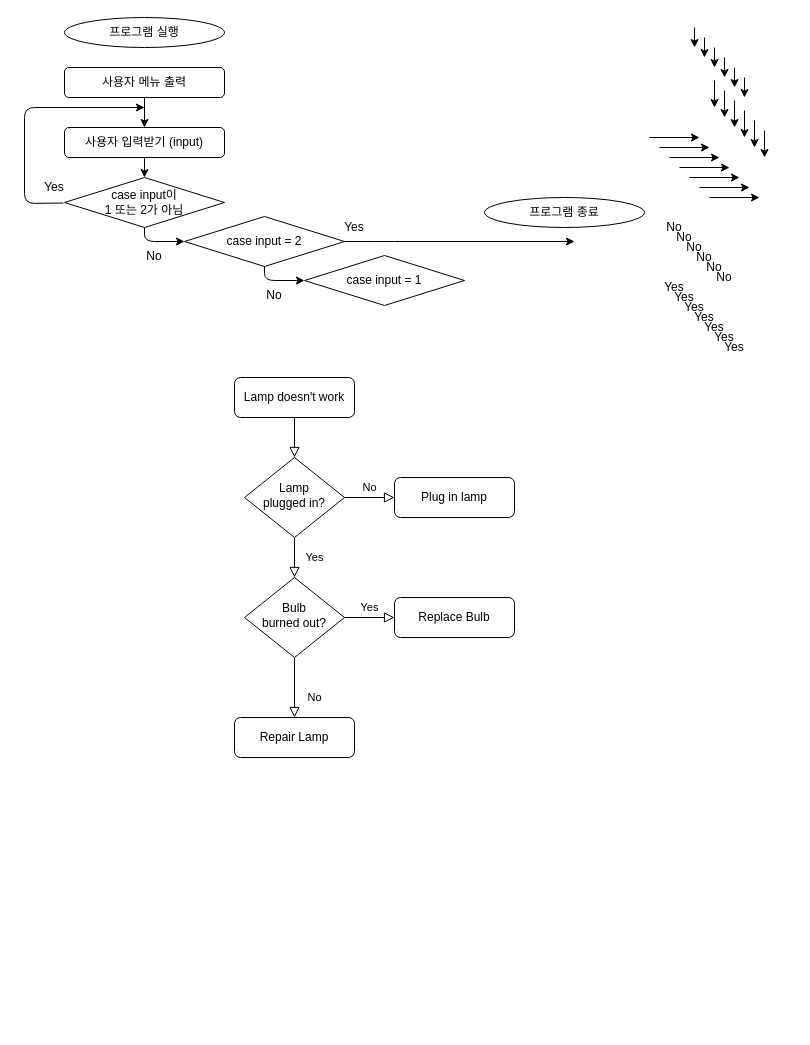
Before: BaseballGameDiagram.drawio in just1103/Swift_Syntax, a draw.io diagram. Source tidied: cells renumbered, new cells numbered last; positions are measured from the earlier drawing's top-left corner, leaving out a move shared by most shapes. Both pictures are drawn from the tidied source at 100%, with x=0, y=0 at pixel (24, 17).
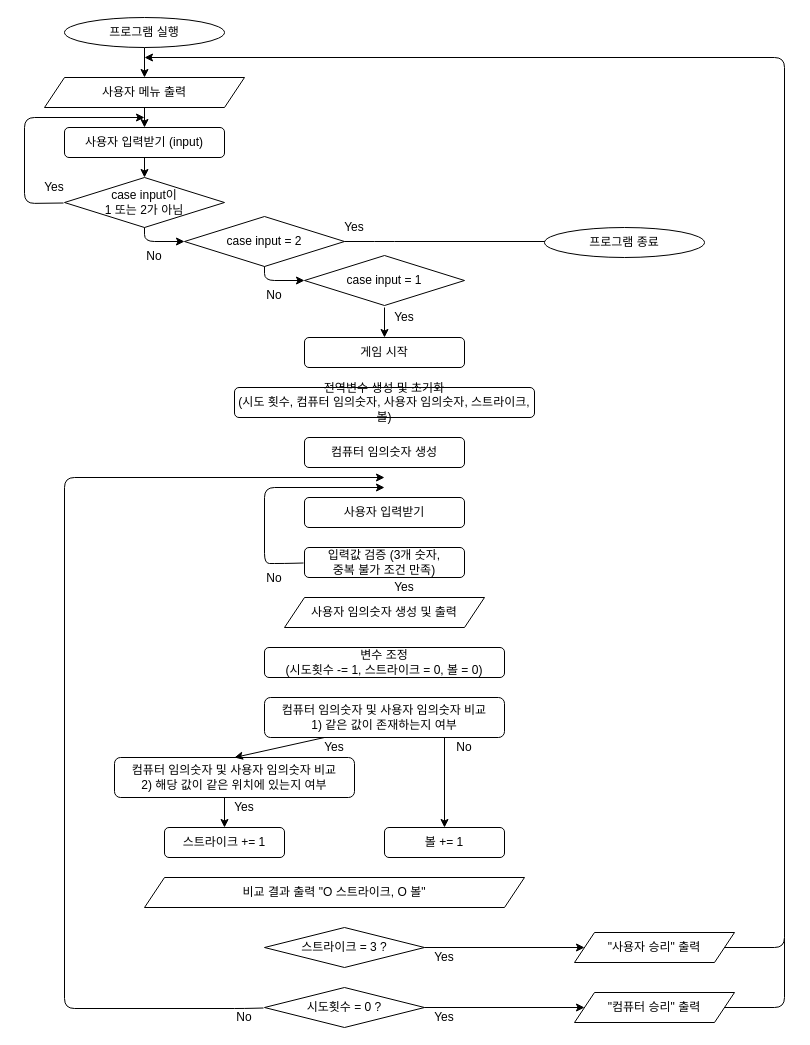
The same diagram, later.

Unchanged cells that the change refers to:
```xml
<mxCell id="13" value="프로그램 실행" style="ellipse;whiteSpace=wrap;html=1;" parent="1" vertex="1">
  <mxGeometry x="40" width="160" height="30" as="geometry" />
</mxCell>
<mxCell id="16" value="사용자 입력받기 (input)" style="rounded=1;whiteSpace=wrap;html=1;" parent="1" vertex="1">
  <mxGeometry x="40" y="110" width="160" height="30" as="geometry" />
</mxCell>
```

Change to the diagram source:
```diff
@@
-    <mxCell id="2" style="rounded=0;html=1;jettySize=auto;fontSize=11;endArrow=block;endFill=0;endSize=8;strokeWidth=1;shadow=0;labelBackgroundColor=none;edgeStyle=orthogonalEdgeStyle;" parent="1" edge="1" source="3" target="6">
-      <mxGeometry relative="1" as="geometry" />
-    </mxCell>
-    <mxCell id="3" value="Lamp doesn't work" style="rounded=1;whiteSpace=wrap;html=1;fontSize=12;glass=0;strokeWidth=1;shadow=0;" parent="1" vertex="1">
-      <mxGeometry x="210" y="360" width="120" height="40" as="geometry" />
-    </mxCell>
-    <mxCell id="4" value="Yes" style="rounded=0;html=1;jettySize=auto;fontSize=11;endArrow=block;endFill=0;endSize=8;strokeWidth=1;shadow=0;labelBackgroundColor=none;edgeStyle=orthogonalEdgeStyle;" parent="1" edge="1" source="6" target="10">
-      <mxGeometry y="20" relative="1" as="geometry" />
-    </mxCell>
-    <mxCell id="5" value="No" style="edgeStyle=orthogonalEdgeStyle;rounded=0;html=1;jettySize=auto;fontSize=11;endArrow=block;endFill=0;endSize=8;strokeWidth=1;shadow=0;labelBackgroundColor=none;" parent="1" edge="1" source="6" target="7">
-      <mxGeometry y="10" relative="1" as="geometry" />
-    </mxCell>
-    <mxCell id="6" value="Lamp&lt;br&gt;plugged in?" style="rhombus;whiteSpace=wrap;html=1;shadow=0;fontFamily=Helvetica;fontSize=12;align=center;strokeWidth=1;spacing=6;spacingTop=-4;" parent="1" vertex="1">
-      <mxGeometry x="220" y="440" width="100" height="80" as="geometry" />
-    </mxCell>
-    <mxCell id="7" value="Plug in lamp" style="rounded=1;whiteSpace=wrap;html=1;fontSize=12;glass=0;strokeWidth=1;shadow=0;" parent="1" vertex="1">
-      <mxGeometry x="370" y="460" width="120" height="40" as="geometry" />
-    </mxCell>
-    <mxCell id="8" value="No" style="rounded=0;html=1;jettySize=auto;fontSize=11;endArrow=block;endFill=0;endSize=8;strokeWidth=1;shadow=0;labelBackgroundColor=none;edgeStyle=orthogonalEdgeStyle;" parent="1" edge="1" source="10" target="11">
-      <mxGeometry x="0.33" y="20" relative="1" as="geometry" />
-    </mxCell>
-    <mxCell id="9" value="Yes" style="edgeStyle=orthogonalEdgeStyle;rounded=0;html=1;jettySize=auto;fontSize=11;endArrow=block;endFill=0;endSize=8;strokeWidth=1;shadow=0;labelBackgroundColor=none;" parent="1" edge="1" source="10" target="12">
-      <mxGeometry y="10" relative="1" as="geometry" />
-    </mxCell>
-    <mxCell id="10" value="Bulb&lt;br&gt;burned out?" style="rhombus;whiteSpace=wrap;html=1;shadow=0;fontFamily=Helvetica;fontSize=12;align=center;strokeWidth=1;spacing=6;spacingTop=-4;" parent="1" vertex="1">
-      <mxGeometry x="220" y="560" width="100" height="80" as="geometry" />
-    </mxCell>
-    <mxCell id="11" value="Repair Lamp" style="rounded=1;whiteSpace=wrap;html=1;fontSize=12;glass=0;strokeWidth=1;shadow=0;" parent="1" vertex="1">
-      <mxGeometry x="210" y="700" width="120" height="40" as="geometry" />
-    </mxCell>
-    <mxCell id="12" value="Replace Bulb" style="rounded=1;whiteSpace=wrap;html=1;fontSize=12;glass=0;strokeWidth=1;shadow=0;" parent="1" vertex="1">
-      <mxGeometry x="370" y="580" width="120" height="40" as="geometry" />
-    </mxCell>
+    <mxCell id="62" style="edgeStyle=orthogonalEdgeStyle;rounded=0;jettySize=auto;html=1;" parent="1" edge="1" source="13" target="15">
+      <mxGeometry relative="1" as="geometry" />
+    </mxCell>
@@
-    <mxCell id="14" style="edgeStyle=orthogonalEdgeStyle;rounded=0;jettySize=auto;html=1;entryX=0.5;entryY=0;entryDx=0;entryDy=0;" parent="1" edge="1" source="15" target="16">
-      <mxGeometry relative="1" as="geometry" />
+    <mxCell id="14" style="edgeStyle=orthogonalEdgeStyle;rounded=0;jettySize=auto;html=1;entryX=0.5;entryY=0;entryDx=0;entryDy=0;" parent="1" edge="1" target="16">
+      <mxGeometry relative="1" as="geometry">
+        <mxPoint x="120" y="90" as="sourcePoint" />
+      </mxGeometry>
     </mxCell>
-    <mxCell id="15" value="사용자 메뉴 출력" style="rounded=1;whiteSpace=wrap;html=1;" parent="1" vertex="1">
-      <mxGeometry x="40" y="50" width="160" height="30" as="geometry" />
-    </mxCell>
@@
     <mxCell id="18" style="endArrow=classic;html=1;" parent="1" edge="1">
       <mxGeometry relative="1" as="geometry">
         <mxPoint x="39" y="185.5" as="sourcePoint" />
-        <mxPoint x="120" y="90" as="targetPoint" />
+        <mxPoint x="120" y="100" as="targetPoint" />
         <Array as="points">
           <mxPoint y="186" />
-          <mxPoint y="90" />
+          <mxPoint y="100" />
         </Array>
       </mxGeometry>
     </mxCell>
-    <mxCell id="19" style="endArrow=classic;html=1;" parent="1" edge="1">
-      <mxGeometry relative="1" as="geometry">
-        <mxPoint x="670" y="10" as="sourcePoint" />
-        <mxPoint x="670" y="30" as="targetPoint" />
-      </mxGeometry>
-    </mxCell>
-    <mxCell id="20" style="endArrow=classic;html=1;" parent="1" edge="1">
-      <mxGeometry relative="1" as="geometry">
-        <mxPoint x="680" y="20" as="sourcePoint" />
-        <mxPoint x="680" y="40" as="targetPoint" />
-      </mxGeometry>
-    </mxCell>
-    <mxCell id="21" style="endArrow=classic;html=1;" parent="1" edge="1">
-      <mxGeometry relative="1" as="geometry">
-        <mxPoint x="690" y="30" as="sourcePoint" />
-        <mxPoint x="690" y="50" as="targetPoint" />
-      </mxGeometry>
-    </mxCell>
-    <mxCell id="22" style="endArrow=classic;html=1;" parent="1" edge="1">
-      <mxGeometry relative="1" as="geometry">
-        <mxPoint x="700" y="40" as="sourcePoint" />
-        <mxPoint x="700" y="60" as="targetPoint" />
-      </mxGeometry>
-    </mxCell>
-    <mxCell id="23" style="endArrow=classic;html=1;" parent="1" edge="1">
-      <mxGeometry relative="1" as="geometry">
-        <mxPoint x="710" y="50" as="sourcePoint" />
-        <mxPoint x="710" y="70" as="targetPoint" />
-      </mxGeometry>
-    </mxCell>
-    <mxCell id="24" style="endArrow=classic;html=1;" parent="1" edge="1">
-      <mxGeometry relative="1" as="geometry">
-        <mxPoint x="720" y="60" as="sourcePoint" />
-        <mxPoint x="720" y="80" as="targetPoint" />
-        <Array as="points">
-          <mxPoint x="720" y="80" />
-        </Array>
-      </mxGeometry>
-    </mxCell>
@@
-    <mxCell id="26" style="endArrow=classic;html=1;" parent="1" edge="1">
+    <mxCell id="26" style="endArrow=classic;html=1;exitX=0;exitY=0;exitDx=0;exitDy=0;" parent="1" edge="1" source="63">
       <mxGeometry relative="1" as="geometry">
-        <mxPoint x="690" y="63" as="sourcePoint" />
-        <mxPoint x="690" y="90" as="targetPoint" />
+        <mxPoint x="360" y="320" as="targetPoint" />
       </mxGeometry>
     </mxCell>
-    <mxCell id="27" style="endArrow=classic;html=1;" parent="1" edge="1">
-      <mxGeometry relative="1" as="geometry">
-        <mxPoint x="700" y="73" as="sourcePoint" />
-        <mxPoint x="700" y="100" as="targetPoint" />
-      </mxGeometry>
-    </mxCell>
-    <mxCell id="28" style="endArrow=classic;html=1;" parent="1" edge="1">
-      <mxGeometry relative="1" as="geometry">
-        <mxPoint x="710" y="83" as="sourcePoint" />
-        <mxPoint x="710" y="110" as="targetPoint" />
-      </mxGeometry>
-    </mxCell>
-    <mxCell id="29" style="endArrow=classic;html=1;" parent="1" edge="1">
-      <mxGeometry relative="1" as="geometry">
-        <mxPoint x="720" y="93" as="sourcePoint" />
-        <mxPoint x="720" y="120" as="targetPoint" />
-      </mxGeometry>
-    </mxCell>
-    <mxCell id="30" style="endArrow=classic;html=1;" parent="1" edge="1">
-      <mxGeometry relative="1" as="geometry">
-        <mxPoint x="730" y="103" as="sourcePoint" />
-        <mxPoint x="730" y="130" as="targetPoint" />
-      </mxGeometry>
-    </mxCell>
-    <mxCell id="31" style="endArrow=classic;html=1;" parent="1" edge="1">
-      <mxGeometry relative="1" as="geometry">
-        <mxPoint x="740" y="113" as="sourcePoint" />
-        <mxPoint x="740" y="140" as="targetPoint" />
-      </mxGeometry>
-    </mxCell>
-    <mxCell id="32" style="endArrow=classic;html=1;" parent="1" edge="1">
-      <mxGeometry relative="1" as="geometry">
-        <mxPoint x="625" y="120" as="sourcePoint" />
-        <mxPoint x="675" y="120" as="targetPoint" />
-      </mxGeometry>
-    </mxCell>
-    <mxCell id="33" style="endArrow=classic;html=1;" parent="1" edge="1">
-      <mxGeometry relative="1" as="geometry">
-        <mxPoint x="635" y="130" as="sourcePoint" />
-        <mxPoint x="685" y="130" as="targetPoint" />
-      </mxGeometry>
-    </mxCell>
-    <mxCell id="34" style="endArrow=classic;html=1;" parent="1" edge="1">
-      <mxGeometry relative="1" as="geometry">
-        <mxPoint x="645" y="140" as="sourcePoint" />
-        <mxPoint x="695" y="140" as="targetPoint" />
-      </mxGeometry>
-    </mxCell>
-    <mxCell id="35" style="endArrow=classic;html=1;" parent="1" edge="1">
-      <mxGeometry relative="1" as="geometry">
-        <mxPoint x="655" y="150" as="sourcePoint" />
-        <mxPoint x="705" y="150" as="targetPoint" />
-      </mxGeometry>
-    </mxCell>
-    <mxCell id="36" style="endArrow=classic;html=1;" parent="1" edge="1">
-      <mxGeometry relative="1" as="geometry">
-        <mxPoint x="665" y="160" as="sourcePoint" />
-        <mxPoint x="715" y="160" as="targetPoint" />
-      </mxGeometry>
-    </mxCell>
-    <mxCell id="37" style="endArrow=classic;html=1;" parent="1" edge="1">
-      <mxGeometry relative="1" as="geometry">
-        <mxPoint x="675" y="170" as="sourcePoint" />
-        <mxPoint x="725" y="170" as="targetPoint" />
-      </mxGeometry>
-    </mxCell>
-    <mxCell id="38" style="endArrow=classic;html=1;" parent="1" edge="1">
-      <mxGeometry relative="1" as="geometry">
-        <mxPoint x="685" y="180" as="sourcePoint" />
-        <mxPoint x="735" y="180" as="targetPoint" />
-      </mxGeometry>
-    </mxCell>
@@
-    <mxCell id="40" value="No" style="text;html=1;strokeColor=none;fillColor=none;align=center;verticalAlign=middle;whiteSpace=wrap;rounded=0;" parent="1" vertex="1">
-      <mxGeometry x="630" y="200" width="40" height="20" as="geometry" />
-    </mxCell>
-    <mxCell id="41" value="No" style="text;html=1;strokeColor=none;fillColor=none;align=center;verticalAlign=middle;whiteSpace=wrap;rounded=0;" parent="1" vertex="1">
-      <mxGeometry x="640" y="210" width="40" height="20" as="geometry" />
-    </mxCell>
-    <mxCell id="42" value="No" style="text;html=1;strokeColor=none;fillColor=none;align=center;verticalAlign=middle;whiteSpace=wrap;rounded=0;" parent="1" vertex="1">
-      <mxGeometry x="650" y="220" width="40" height="20" as="geometry" />
-    </mxCell>
-    <mxCell id="43" value="No" style="text;html=1;strokeColor=none;fillColor=none;align=center;verticalAlign=middle;whiteSpace=wrap;rounded=0;" parent="1" vertex="1">
-      <mxGeometry x="660" y="230" width="40" height="20" as="geometry" />
-    </mxCell>
-    <mxCell id="44" value="No" style="text;html=1;strokeColor=none;fillColor=none;align=center;verticalAlign=middle;whiteSpace=wrap;rounded=0;" parent="1" vertex="1">
-      <mxGeometry x="670" y="240" width="40" height="20" as="geometry" />
-    </mxCell>
-    <mxCell id="45" value="No" style="text;html=1;strokeColor=none;fillColor=none;align=center;verticalAlign=middle;whiteSpace=wrap;rounded=0;" parent="1" vertex="1">
-      <mxGeometry x="680" y="250" width="40" height="20" as="geometry" />
-    </mxCell>
@@
-    <mxCell id="48" value="Yes" style="text;html=1;strokeColor=none;fillColor=none;align=center;verticalAlign=middle;whiteSpace=wrap;rounded=0;" parent="1" vertex="1">
-      <mxGeometry x="630" y="260" width="40" height="20" as="geometry" />
-    </mxCell>
-    <mxCell id="49" value="Yes" style="text;html=1;strokeColor=none;fillColor=none;align=center;verticalAlign=middle;whiteSpace=wrap;rounded=0;" parent="1" vertex="1">
-      <mxGeometry x="640" y="270" width="40" height="20" as="geometry" />
-    </mxCell>
-    <mxCell id="50" value="Yes" style="text;html=1;strokeColor=none;fillColor=none;align=center;verticalAlign=middle;whiteSpace=wrap;rounded=0;" parent="1" vertex="1">
-      <mxGeometry x="650" y="280" width="40" height="20" as="geometry" />
-    </mxCell>
-    <mxCell id="51" value="Yes" style="text;html=1;strokeColor=none;fillColor=none;align=center;verticalAlign=middle;whiteSpace=wrap;rounded=0;" parent="1" vertex="1">
-      <mxGeometry x="660" y="290" width="40" height="20" as="geometry" />
-    </mxCell>
-    <mxCell id="52" value="Yes" style="text;html=1;strokeColor=none;fillColor=none;align=center;verticalAlign=middle;whiteSpace=wrap;rounded=0;" parent="1" vertex="1">
-      <mxGeometry x="670" y="300" width="40" height="20" as="geometry" />
-    </mxCell>
-    <mxCell id="53" value="Yes" style="text;html=1;strokeColor=none;fillColor=none;align=center;verticalAlign=middle;whiteSpace=wrap;rounded=0;" parent="1" vertex="1">
-      <mxGeometry x="680" y="310" width="40" height="20" as="geometry" />
-    </mxCell>
     <mxCell id="54" value="Yes" style="text;html=1;strokeColor=none;fillColor=none;align=center;verticalAlign=middle;whiteSpace=wrap;rounded=0;" parent="1" vertex="1">
-      <mxGeometry x="690" y="320" width="40" height="20" as="geometry" />
+      <mxGeometry x="290" y="720" width="40" height="20" as="geometry" />
     </mxCell>
@@
     <mxCell id="61" value="프로그램 종료" style="ellipse;whiteSpace=wrap;html=1;" parent="1" vertex="1">
-      <mxGeometry x="460" y="180" width="160" height="30" as="geometry" />
+      <mxGeometry x="520" y="210" width="160" height="30" as="geometry" />
     </mxCell>
+    <mxCell id="63" value="Yes" style="text;html=1;strokeColor=none;fillColor=none;align=center;verticalAlign=middle;whiteSpace=wrap;rounded=0;" parent="1" vertex="1">
+      <mxGeometry x="360" y="290" width="40" height="20" as="geometry" />
+    </mxCell>
+    <mxCell id="64" value="게임 시작" style="rounded=1;whiteSpace=wrap;html=1;" parent="1" vertex="1">
+      <mxGeometry x="280" y="320" width="160" height="30" as="geometry" />
+    </mxCell>
+    <mxCell id="65" value="사용자 입력받기" style="rounded=1;whiteSpace=wrap;html=1;" parent="1" vertex="1">
+      <mxGeometry x="280" y="480" width="160" height="30" as="geometry" />
+    </mxCell>
+    <mxCell id="66" value="입력값 검증 (3개 숫자, &lt;br&gt;중복 불가 조건 만족)" style="rounded=1;whiteSpace=wrap;html=1;" parent="1" vertex="1">
+      <mxGeometry x="280" y="530" width="160" height="30" as="geometry" />
+    </mxCell>
+    <mxCell id="67" value="Yes" style="text;html=1;strokeColor=none;fillColor=none;align=center;verticalAlign=middle;whiteSpace=wrap;rounded=0;" parent="1" vertex="1">
+      <mxGeometry x="360" y="560" width="40" height="20" as="geometry" />
+    </mxCell>
+    <mxCell id="68" style="endArrow=classic;html=1;" parent="1" edge="1">
+      <mxGeometry relative="1" as="geometry">
+        <mxPoint x="279" y="545.5" as="sourcePoint" />
+        <mxPoint x="360" y="470" as="targetPoint" />
+        <Array as="points">
+          <mxPoint x="260" y="546" />
+          <mxPoint x="240" y="546" />
+          <mxPoint x="240" y="470" />
+        </Array>
+      </mxGeometry>
+    </mxCell>
+    <mxCell id="69" value="No" style="text;html=1;strokeColor=none;fillColor=none;align=center;verticalAlign=middle;whiteSpace=wrap;rounded=0;" parent="1" vertex="1">
+      <mxGeometry x="230" y="550" width="40" height="21" as="geometry" />
+    </mxCell>
+    <mxCell id="70" value="전역변수 생성 및 초기화&lt;br&gt;(시도 횟수, 컴퓨터 임의숫자, 사용자 임의숫자, 스트라이크, 볼)" style="rounded=1;whiteSpace=wrap;html=1;" parent="1" vertex="1">
+      <mxGeometry x="210" y="370" width="300" height="30" as="geometry" />
+    </mxCell>
+    <mxCell id="71" value="컴퓨터 임의숫자 생성" style="rounded=1;whiteSpace=wrap;html=1;" parent="1" vertex="1">
+      <mxGeometry x="280" y="420" width="160" height="30" as="geometry" />
+    </mxCell>
+    <mxCell id="72" value="변수 조정&lt;br&gt;(시도횟수 -= 1, 스트라이크 = 0, 볼 = 0)" style="rounded=1;whiteSpace=wrap;html=1;" parent="1" vertex="1">
+      <mxGeometry x="240" y="630" width="240" height="30" as="geometry" />
+    </mxCell>
+    <mxCell id="73" value="컴퓨터 임의숫자 및 사용자 임의숫자 비교&lt;br&gt;1) 같은 값이 존재하는지 여부" style="rounded=1;whiteSpace=wrap;html=1;" parent="1" vertex="1">
+      <mxGeometry x="240" y="680" width="240" height="40" as="geometry" />
+    </mxCell>
+    <mxCell id="74" value="컴퓨터 임의숫자 및 사용자 임의숫자 비교&lt;br&gt;2) 해당 값이 같은 위치에 있는지 여부" style="rounded=1;whiteSpace=wrap;html=1;" parent="1" vertex="1">
+      <mxGeometry x="90" y="740" width="240" height="40" as="geometry" />
+    </mxCell>
+    <mxCell id="75" value="Yes" style="text;html=1;strokeColor=none;fillColor=none;align=center;verticalAlign=middle;whiteSpace=wrap;rounded=0;" parent="1" vertex="1">
+      <mxGeometry x="200" y="780" width="40" height="20" as="geometry" />
+    </mxCell>
+    <mxCell id="76" value="&lt;span&gt;사용자 임의숫자 생성 및 출력&lt;/span&gt;" style="shape=parallelogram;perimeter=parallelogramPerimeter;whiteSpace=wrap;html=1;fixedSize=1;" parent="1" vertex="1">
+      <mxGeometry x="260" y="580" width="200" height="30" as="geometry" />
+    </mxCell>
+    <mxCell id="15" value="사용자 메뉴 출력" style="shape=parallelogram;perimeter=parallelogramPerimeter;whiteSpace=wrap;html=1;fixedSize=1;" parent="1" vertex="1">
+      <mxGeometry x="20" y="60" width="200" height="30" as="geometry" />
+    </mxCell>
+    <mxCell id="77" style="endArrow=classic;html=1;entryX=0.5;entryY=0;entryDx=0;entryDy=0;" parent="1" edge="1" target="74">
+      <mxGeometry relative="1" as="geometry">
+        <mxPoint x="300" y="720" as="sourcePoint" />
+      </mxGeometry>
+    </mxCell>
+    <mxCell id="78" style="endArrow=classic;html=1;exitX=0.75;exitY=1;exitDx=0;exitDy=0;" parent="1" edge="1" source="73" target="81">
+      <mxGeometry relative="1" as="geometry" />
+    </mxCell>
+    <mxCell id="79" style="endArrow=classic;html=1;exitX=0.75;exitY=1;exitDx=0;exitDy=0;" parent="1" edge="1">
+      <mxGeometry relative="1" as="geometry">
+        <mxPoint x="200" y="780" as="sourcePoint" />
+        <mxPoint x="200" y="810" as="targetPoint" />
+      </mxGeometry>
+    </mxCell>
+    <mxCell id="80" value="비교 결과 출력 &quot;O 스트라이크, O 볼&quot;" style="shape=parallelogram;perimeter=parallelogramPerimeter;whiteSpace=wrap;html=1;fixedSize=1;" parent="1" vertex="1">
+      <mxGeometry x="120" y="860" width="380" height="30" as="geometry" />
+    </mxCell>
+    <mxCell id="81" value="볼 += 1" style="rounded=1;whiteSpace=wrap;html=1;" parent="1" vertex="1">
+      <mxGeometry x="360" y="810" width="120" height="30" as="geometry" />
+    </mxCell>
+    <mxCell id="82" value="스트라이크 += 1" style="rounded=1;whiteSpace=wrap;html=1;" parent="1" vertex="1">
+      <mxGeometry x="140" y="810" width="120" height="30" as="geometry" />
+    </mxCell>
+    <mxCell id="83" value="No" style="text;html=1;strokeColor=none;fillColor=none;align=center;verticalAlign=middle;whiteSpace=wrap;rounded=0;" parent="1" vertex="1">
+      <mxGeometry x="420" y="720" width="40" height="20" as="geometry" />
+    </mxCell>
+    <mxCell id="84" value="스트라이크 = 3 ?" style="rhombus;whiteSpace=wrap;html=1;" parent="1" vertex="1">
+      <mxGeometry x="240" y="910" width="160" height="40" as="geometry" />
+    </mxCell>
+    <mxCell id="85" style="endArrow=classic;html=1;exitX=1;exitY=0.5;exitDx=0;exitDy=0;entryX=0;entryY=0.5;entryDx=0;entryDy=0;" parent="1" edge="1" source="84" target="86">
+      <mxGeometry relative="1" as="geometry" />
+    </mxCell>
+    <mxCell id="86" value="&quot;사용자 승리&quot; 출력" style="shape=parallelogram;perimeter=parallelogramPerimeter;whiteSpace=wrap;html=1;fixedSize=1;" parent="1" vertex="1">
+      <mxGeometry x="550" y="915" width="160" height="30" as="geometry" />
+    </mxCell>
+    <mxCell id="87" value="Yes" style="text;html=1;strokeColor=none;fillColor=none;align=center;verticalAlign=middle;whiteSpace=wrap;rounded=0;" parent="1" vertex="1">
+      <mxGeometry x="400" y="930" width="40" height="20" as="geometry" />
+    </mxCell>
+    <mxCell id="88" value="시도횟수 = 0 ?" style="rhombus;whiteSpace=wrap;html=1;" parent="1" vertex="1">
+      <mxGeometry x="240" y="970" width="160" height="40" as="geometry" />
+    </mxCell>
+    <mxCell id="89" style="endArrow=classic;html=1;exitX=1;exitY=0.5;exitDx=0;exitDy=0;entryX=0;entryY=0.5;entryDx=0;entryDy=0;" parent="1" edge="1" target="90">
+      <mxGeometry relative="1" as="geometry">
+        <mxPoint x="400" y="990" as="sourcePoint" />
+      </mxGeometry>
+    </mxCell>
+    <mxCell id="90" value="&quot;컴퓨터 승리&quot; 출력" style="shape=parallelogram;perimeter=parallelogramPerimeter;whiteSpace=wrap;html=1;fixedSize=1;" parent="1" vertex="1">
+      <mxGeometry x="550" y="975" width="160" height="30" as="geometry" />
+    </mxCell>
+    <mxCell id="91" value="Yes" style="text;html=1;strokeColor=none;fillColor=none;align=center;verticalAlign=middle;whiteSpace=wrap;rounded=0;" parent="1" vertex="1">
+      <mxGeometry x="400" y="990" width="40" height="20" as="geometry" />
+    </mxCell>
+    <mxCell id="92" value="No" style="text;html=1;strokeColor=none;fillColor=none;align=center;verticalAlign=middle;whiteSpace=wrap;rounded=0;" parent="1" vertex="1">
+      <mxGeometry x="200" y="990" width="40" height="20" as="geometry" />
+    </mxCell>
+    <mxCell id="93" style="endArrow=classic;html=1;" parent="1" edge="1">
+      <mxGeometry relative="1" as="geometry">
+        <mxPoint x="239" y="990.5" as="sourcePoint" />
+        <mxPoint x="360" y="460" as="targetPoint" />
+        <Array as="points">
+          <mxPoint x="220" y="991" />
+          <mxPoint x="40" y="991" />
+          <mxPoint x="40" y="460" />
+        </Array>
+      </mxGeometry>
+    </mxCell>
+    <mxCell id="94" style="endArrow=classic;html=1;exitX=1;exitY=0.5;exitDx=0;exitDy=0;" parent="1" edge="1" source="86">
+      <mxGeometry relative="1" as="geometry">
+        <mxPoint x="120" y="40" as="targetPoint" />
+        <Array as="points">
+          <mxPoint x="760" y="930" />
+          <mxPoint x="760" y="40" />
+        </Array>
+      </mxGeometry>
+    </mxCell>
+    <mxCell id="95" style="endArrow=none;html=1;endFill=0;exitX=1;exitY=0.5;exitDx=0;exitDy=0;" parent="1" edge="1" source="90">
+      <mxGeometry relative="1" as="geometry">
+        <mxPoint x="760" y="920" as="targetPoint" />
+        <Array as="points">
+          <mxPoint x="760" y="990" />
+        </Array>
+      </mxGeometry>
+    </mxCell>
```
